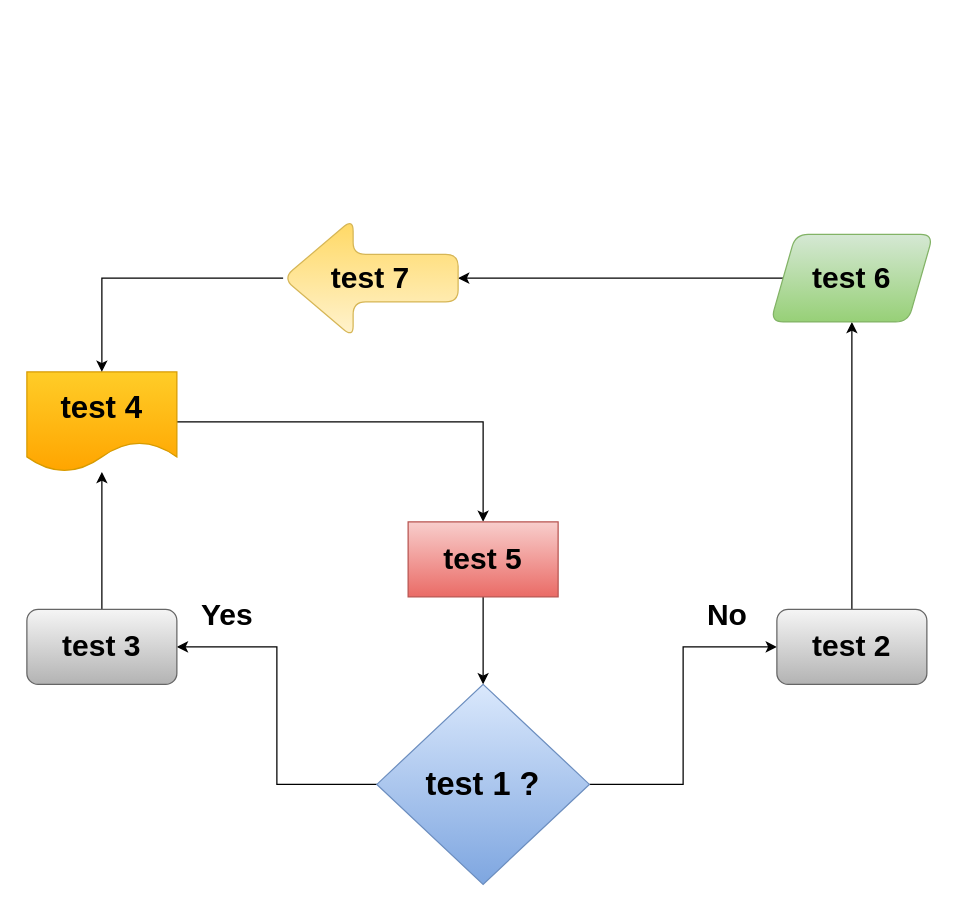
The draw.io diagram Untitled Diagram.drawio in fq1y/for-instagram, before the edit. Source tidied: cells renumbered, new cells numbered last; positions are measured from the earlier drawing's top-left corner, leaving out a move shared by most shapes. Both pictures are drawn from the tidied source at 125%, with x=0, y=0 at pixel (26, 59).
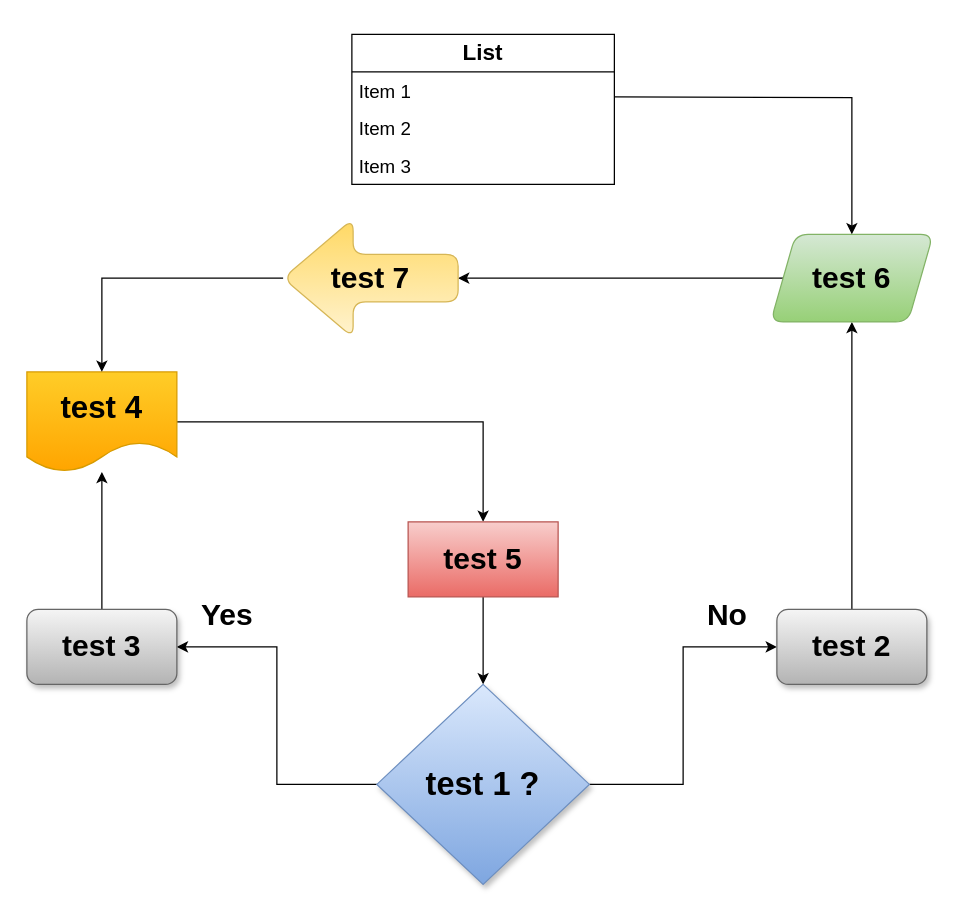
The same page after the edit.

Unchanged cells that the change refers to:
```xml
<mxCell id="17" value="&lt;h1&gt;test 6&lt;/h1&gt;" style="shape=parallelogram;perimeter=parallelogramPerimeter;whiteSpace=wrap;html=1;fixedSize=1;rounded=1;labelBackgroundColor=none;fillColor=#d5e8d4;gradientColor=#97d077;strokeColor=#82b366;" parent="1" vertex="1">
  <mxGeometry x="595" y="140" width="130" height="70" as="geometry" />
</mxCell>
```

Diff of the diagram source:
```diff
@@
-    <mxCell id="5" value="&lt;h1 style=&quot;&quot;&gt;&lt;font style=&quot;font-size: 26px;&quot;&gt;test 1 ?&lt;/font&gt;&lt;/h1&gt;" style="rhombus;whiteSpace=wrap;html=1;labelBackgroundColor=none;fillColor=#dae8fc;strokeColor=#6c8ebf;gradientColor=#7ea6e0;" parent="1" vertex="1">
+    <mxCell id="5" value="&lt;h1 style=&quot;&quot;&gt;&lt;font face=&quot;Helvetica&quot; style=&quot;font-size: 26px;&quot;&gt;test 1 ?&lt;/font&gt;&lt;/h1&gt;" style="rhombus;whiteSpace=wrap;html=1;labelBackgroundColor=none;fillColor=#dae8fc;strokeColor=#6c8ebf;gradientColor=#7ea6e0;shadow=1;" parent="1" vertex="1">
       <mxGeometry x="280" y="500" width="170" height="160" as="geometry" />
     </mxCell>
@@
-    <mxCell id="7" value="&lt;h1&gt;test 2&lt;/h1&gt;" style="rounded=1;whiteSpace=wrap;html=1;labelBackgroundColor=none;fillColor=#f5f5f5;gradientColor=#b3b3b3;strokeColor=#666666;" parent="1" vertex="1">
+    <mxCell id="7" value="&lt;h1&gt;test 2&lt;/h1&gt;" style="rounded=1;whiteSpace=wrap;html=1;labelBackgroundColor=none;fillColor=#f5f5f5;gradientColor=#b3b3b3;strokeColor=#666666;shadow=1;" parent="1" vertex="1">
       <mxGeometry x="600" y="440" width="120" height="60" as="geometry" />
     </mxCell>
@@
-    <mxCell id="9" value="&lt;h1&gt;test 3&lt;/h1&gt;" style="rounded=1;whiteSpace=wrap;html=1;labelBackgroundColor=none;fillColor=#f5f5f5;gradientColor=#b3b3b3;strokeColor=#666666;" parent="1" vertex="1">
+    <mxCell id="9" value="&lt;h1&gt;test 3&lt;/h1&gt;" style="rounded=1;whiteSpace=wrap;html=1;labelBackgroundColor=none;fillColor=#f5f5f5;gradientColor=#b3b3b3;strokeColor=#666666;shadow=1;" parent="1" vertex="1">
       <mxGeometry y="440" width="120" height="60" as="geometry" />
     </mxCell>
@@
+    <mxCell id="20" style="edgeStyle=orthogonalEdgeStyle;rounded=0;jettySize=auto;html=1;entryX=0.5;entryY=0;entryDx=0;entryDy=0;" parent="1" edge="1" target="17">
+      <mxGeometry relative="1" as="geometry">
+        <mxPoint x="470" y="30" as="sourcePoint" />
+      </mxGeometry>
+    </mxCell>
+    <mxCell id="21" value="&lt;h2&gt;List&lt;/h2&gt;" style="swimlane;fontStyle=0;horizontal=1;startSize=30;whiteSpace=wrap;html=1;" parent="1" vertex="1">
+      <mxGeometry x="260" y="-20" width="210" height="120" as="geometry" />
+    </mxCell>
+    <mxCell id="22" value="&lt;font style=&quot;font-size: 15px;&quot;&gt;Item 1&lt;/font&gt;" style="text;strokeColor=none;fillColor=none;align=left;verticalAlign=middle;spacingLeft=4;spacingRight=4;overflow=hidden;whiteSpace=wrap;html=1;" parent="21" vertex="1">
+      <mxGeometry y="30" width="210" height="30" as="geometry" />
+    </mxCell>
+    <mxCell id="23" value="&lt;font style=&quot;font-size: 15px;&quot;&gt;Item 2&lt;/font&gt;" style="text;strokeColor=none;fillColor=none;align=left;verticalAlign=middle;spacingLeft=4;spacingRight=4;overflow=hidden;whiteSpace=wrap;html=1;" parent="21" vertex="1">
+      <mxGeometry y="60" width="210" height="30" as="geometry" />
+    </mxCell>
+    <mxCell id="24" value="&lt;font style=&quot;font-size: 15px;&quot;&gt;Item 3&lt;/font&gt;" style="text;strokeColor=none;fillColor=none;align=left;verticalAlign=middle;spacingLeft=4;spacingRight=4;overflow=hidden;whiteSpace=wrap;html=1;" parent="21" vertex="1">
+      <mxGeometry y="90" width="210" height="30" as="geometry" />
+    </mxCell>
```
